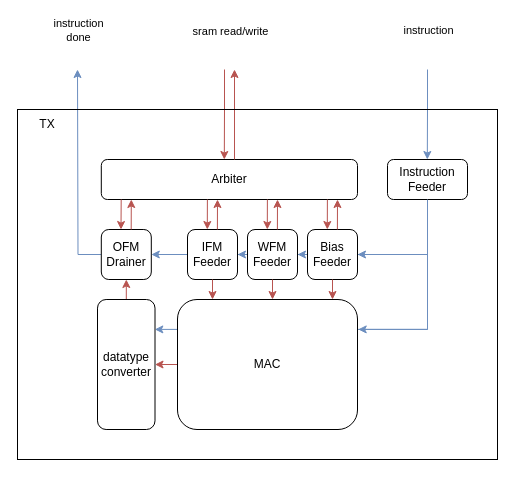
thousrm/universal_NPU-CNN_accelerator keeps this draw.io diagram as page "TX" (5 of 7) of npu_v2/diagram/MAC.drawio. Above is the earlier version. Source tidied: cells renumbered, new cells numbered last; positions are measured from the earlier drawing's top-left corner, leaving out a move shared by most shapes. Both pictures are drawn from the tidied source at 100%, with x=0, y=0 at pixel (17, 69).
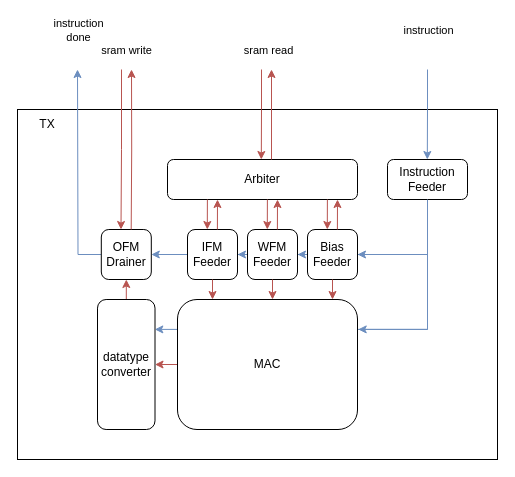
Above is the later version.

The edit, as a diff of the source:
```diff
@@
+    <mxCell id="36" style="rounded=0;whiteSpace=wrap;html=1;fillColor=none;" parent="1" vertex="1">
+      <mxGeometry y="40" width="480" height="350" as="geometry" />
+    </mxCell>
@@
     <mxCell id="19" value="Arbiter" style="rounded=1;whiteSpace=wrap;html=1;" parent="1" vertex="1">
-      <mxGeometry x="83.8" y="90" width="256.2" height="40" as="geometry" />
+      <mxGeometry x="150" y="90" width="190" height="40" as="geometry" />
     </mxCell>
@@
-    <mxCell id="25" style="edgeStyle=orthogonalEdgeStyle;rounded=0;orthogonalLoop=1;jettySize=auto;html=1;exitX=0.5;exitY=0;exitDx=0;exitDy=0;entryX=0.098;entryY=1;entryDx=0;entryDy=0;entryPerimeter=0;fillColor=#f8cecc;strokeColor=#b85450;" parent="1" edge="1">
+    <mxCell id="25" style="edgeStyle=orthogonalEdgeStyle;rounded=0;orthogonalLoop=1;jettySize=auto;html=1;exitX=0.5;exitY=0;exitDx=0;exitDy=0;fillColor=#f8cecc;strokeColor=#b85450;" parent="1" edge="1">
       <mxGeometry relative="1" as="geometry">
         <mxPoint x="113.7" y="160" as="sourcePoint" />
-        <mxPoint x="113.8" y="130" as="targetPoint" />
+        <mxPoint x="114" as="targetPoint" />
       </mxGeometry>
     </mxCell>
-    <mxCell id="26" style="edgeStyle=orthogonalEdgeStyle;rounded=0;orthogonalLoop=1;jettySize=auto;html=1;exitX=0.5;exitY=0;exitDx=0;exitDy=0;entryX=0.098;entryY=1;entryDx=0;entryDy=0;entryPerimeter=0;fillColor=#f8cecc;strokeColor=#b85450;" parent="1" edge="1">
+    <mxCell id="26" style="edgeStyle=orthogonalEdgeStyle;rounded=0;orthogonalLoop=1;jettySize=auto;html=1;entryX=0.098;entryY=1;entryDx=0;entryDy=0;entryPerimeter=0;fillColor=#f8cecc;strokeColor=#b85450;" parent="1" edge="1">
       <mxGeometry relative="1" as="geometry">
-        <mxPoint x="103.7" y="130" as="sourcePoint" />
+        <mxPoint x="104" as="sourcePoint" />
         <mxPoint x="103.5" y="160" as="targetPoint" />
+        <Array as="points">
+          <mxPoint x="104" y="80" />
+          <mxPoint x="104" y="80" />
+        </Array>
       </mxGeometry>
     </mxCell>
@@
     <mxCell id="33" style="edgeStyle=orthogonalEdgeStyle;rounded=0;orthogonalLoop=1;jettySize=auto;html=1;exitX=0.5;exitY=0;exitDx=0;exitDy=0;fillColor=#f8cecc;strokeColor=#b85450;" parent="1" edge="1">
       <mxGeometry relative="1" as="geometry">
-        <mxPoint x="216.9" y="90" as="sourcePoint" />
-        <mxPoint x="217" as="targetPoint" />
+        <mxPoint x="253.9" y="90" as="sourcePoint" />
+        <mxPoint x="254" as="targetPoint" />
         <Array as="points">
-          <mxPoint x="217" />
+          <mxPoint x="254" />
         </Array>
       </mxGeometry>
     </mxCell>
-    <mxCell id="34" value="sram read/write" style="edgeLabel;html=1;align=center;verticalAlign=middle;" parent="33" vertex="1">
+    <mxCell id="34" value="sram read" style="edgeLabel;html=1;align=center;verticalAlign=middle;" parent="33" vertex="1">
       <mxGeometry x="-0.04" relative="1" as="geometry">
-        <mxPoint x="-5" y="-86" as="offset" />
+        <mxPoint x="-4" y="-67" as="offset" />
       </mxGeometry>
     </mxCell>
     <mxCell id="35" style="edgeStyle=orthogonalEdgeStyle;rounded=0;orthogonalLoop=1;jettySize=auto;html=1;entryX=0.098;entryY=1;entryDx=0;entryDy=0;entryPerimeter=0;fillColor=#f8cecc;strokeColor=#b85450;" parent="1" edge="1">
       <mxGeometry relative="1" as="geometry">
-        <mxPoint x="207" as="sourcePoint" />
-        <mxPoint x="206.8" y="90" as="targetPoint" />
+        <mxPoint x="244" as="sourcePoint" />
+        <mxPoint x="243.8" y="90" as="targetPoint" />
         <Array as="points">
-          <mxPoint x="207" y="40" />
+          <mxPoint x="244" y="40" />
         </Array>
       </mxGeometry>
     </mxCell>
-    <mxCell id="36" style="rounded=0;whiteSpace=wrap;html=1;fillColor=none;" parent="1" vertex="1">
-      <mxGeometry y="40" width="480" height="350" as="geometry" />
-    </mxCell>
@@
+    <mxCell id="38" value="sram write" style="edgeLabel;html=1;align=center;verticalAlign=middle;" parent="1" vertex="1">
+      <mxGeometry x="108.7" y="-20" as="geometry" />
+    </mxCell>
```
